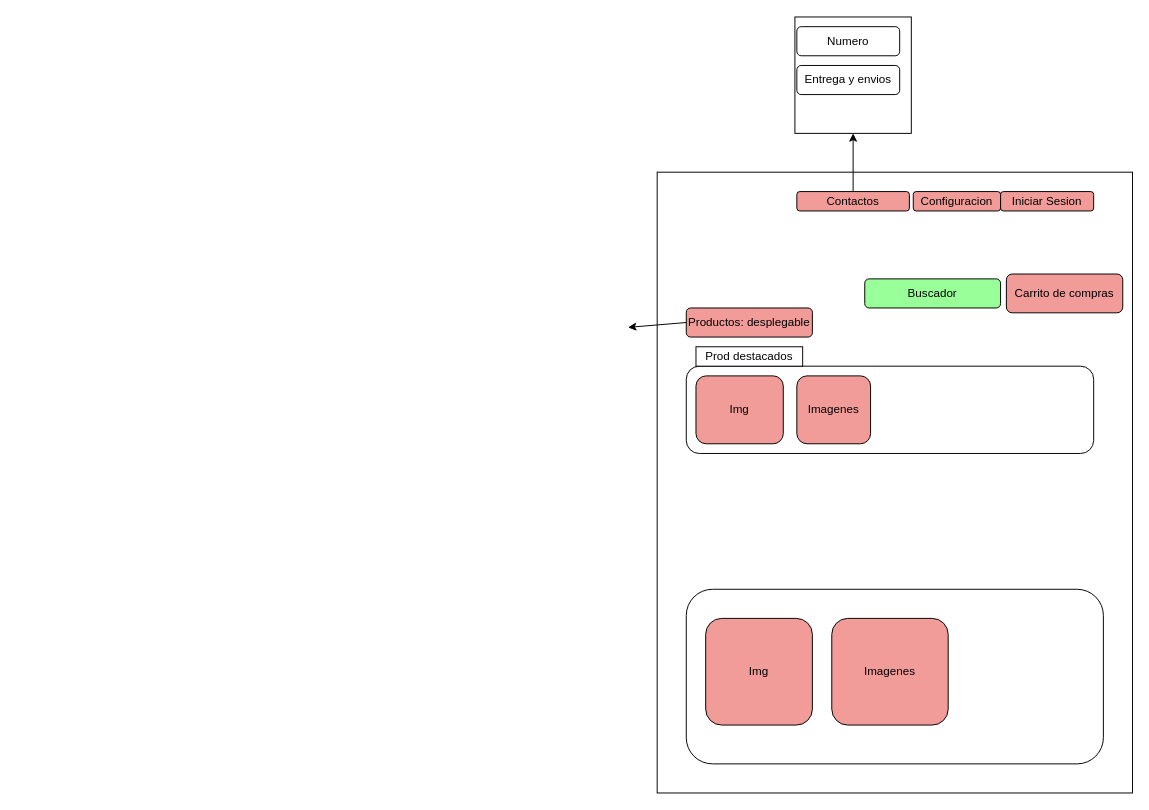
Earlier version of the draw.io diagram public/Web0.drawio (Estalin1412/Udemy_portafolioWeb). Source tidied: cells renumbered, new cells numbered last; positions are measured from the earlier drawing's top-left corner, leaving out a move shared by most shapes. Both pictures are drawn from the tidied source at 97%, with x=0, y=0 at pixel (628, 16).
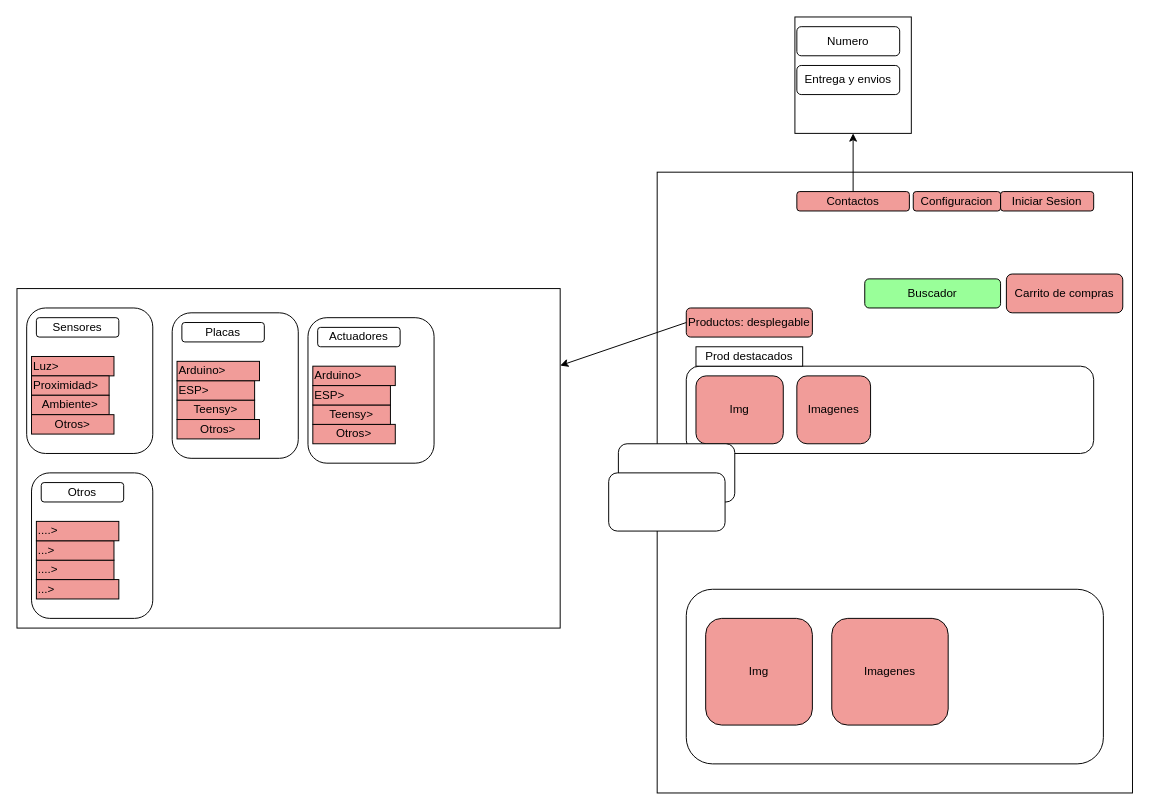
The same diagram, later.

Unchanged cells that the change refers to:
```xml
<mxCell id="6" value="Productos: desplegable" style="rounded=1;whiteSpace=wrap;html=1;fillColor=#F19C99;" parent="1" vertex="1">
  <mxGeometry x="60" y="300" width="130" height="30" as="geometry" />
</mxCell>
```

Change to the diagram source:
```diff
@@
-    <mxCell id="20" style="endArrow=classic;html=1;rounded=0;exitX=0;exitY=0.5;exitDx=0;exitDy=0;" parent="1" edge="1" source="6">
-      <mxGeometry relative="1" as="geometry">
-        <mxPoint y="320" as="targetPoint" />
-      </mxGeometry>
+    <mxCell id="20" style="endArrow=classic;html=1;rounded=0;exitX=0;exitY=0.5;exitDx=0;exitDy=0;" parent="1" edge="1" source="6" target="21">
+      <mxGeometry relative="1" as="geometry" />
     </mxCell>
+    <mxCell id="21" style="rounded=0;whiteSpace=wrap;html=1;align=left;" parent="1" vertex="1">
+      <mxGeometry x="-630" y="280" width="560" height="350" as="geometry" />
+    </mxCell>
+    <mxCell id="22" style="rounded=1;whiteSpace=wrap;html=1;" parent="1" vertex="1">
+      <mxGeometry x="-10" y="440" width="120" height="60" as="geometry" />
+    </mxCell>
+    <mxCell id="23" style="rounded=1;whiteSpace=wrap;html=1;" parent="1" vertex="1">
+      <mxGeometry x="-20" y="470" width="120" height="60" as="geometry" />
+    </mxCell>
+    <mxCell id="24" style="rounded=1;whiteSpace=wrap;html=1;align=left;" parent="1" vertex="1">
+      <mxGeometry x="-620" y="300" width="130" height="150" as="geometry" />
+    </mxCell>
+    <mxCell id="25" value="Sensores" style="rounded=1;whiteSpace=wrap;html=1;" parent="1" vertex="1">
+      <mxGeometry x="-610" y="310" width="85" height="20" as="geometry" />
+    </mxCell>
+    <mxCell id="26" value="Luz&amp;gt;" style="rounded=0;whiteSpace=wrap;html=1;align=left;fillColor=#F19C99;" parent="1" vertex="1">
+      <mxGeometry x="-615" y="350" width="85" height="20" as="geometry" />
+    </mxCell>
+    <mxCell id="27" value="Proximidad&amp;gt;" style="rounded=0;whiteSpace=wrap;html=1;align=left;fillColor=#F19C99;" parent="1" vertex="1">
+      <mxGeometry x="-615" y="370" width="80" height="20" as="geometry" />
+    </mxCell>
+    <mxCell id="28" value="Ambiente&amp;gt;" style="rounded=0;whiteSpace=wrap;html=1;fillColor=#F19C99;" parent="1" vertex="1">
+      <mxGeometry x="-615" y="390" width="80" height="20" as="geometry" />
+    </mxCell>
+    <mxCell id="29" value="Otros&amp;gt;" style="rounded=0;whiteSpace=wrap;html=1;fillColor=#F19C99;" parent="1" vertex="1">
+      <mxGeometry x="-615" y="410" width="85" height="20" as="geometry" />
+    </mxCell>
+    <mxCell id="30" style="rounded=1;whiteSpace=wrap;html=1;align=left;" parent="1" vertex="1">
+      <mxGeometry x="-470" y="305" width="130" height="150" as="geometry" />
+    </mxCell>
+    <mxCell id="31" value="Otros&amp;gt;" style="rounded=0;whiteSpace=wrap;html=1;fillColor=#F19C99;" parent="1" vertex="1">
+      <mxGeometry x="-465" y="415" width="85" height="20" as="geometry" />
+    </mxCell>
+    <mxCell id="32" value="Teensy&amp;gt;" style="rounded=0;whiteSpace=wrap;html=1;fillColor=#F19C99;" parent="1" vertex="1">
+      <mxGeometry x="-465" y="395" width="80" height="20" as="geometry" />
+    </mxCell>
+    <mxCell id="33" value="ESP&amp;gt;" style="rounded=0;whiteSpace=wrap;html=1;align=left;fillColor=#F19C99;" parent="1" vertex="1">
+      <mxGeometry x="-465" y="375" width="80" height="20" as="geometry" />
+    </mxCell>
+    <mxCell id="34" value="Arduino&amp;gt;" style="rounded=0;whiteSpace=wrap;html=1;align=left;fillColor=#F19C99;" parent="1" vertex="1">
+      <mxGeometry x="-465" y="355" width="85" height="20" as="geometry" />
+    </mxCell>
+    <mxCell id="35" value="Placas" style="rounded=1;whiteSpace=wrap;html=1;" parent="1" vertex="1">
+      <mxGeometry x="-460" y="315" width="85" height="20" as="geometry" />
+    </mxCell>
+    <mxCell id="36" style="rounded=1;whiteSpace=wrap;html=1;align=left;" parent="1" vertex="1">
+      <mxGeometry x="-330" y="310" width="130" height="150" as="geometry" />
+    </mxCell>
+    <mxCell id="37" value="Otros&amp;gt;" style="rounded=0;whiteSpace=wrap;html=1;fillColor=#F19C99;" parent="1" vertex="1">
+      <mxGeometry x="-325" y="420" width="85" height="20" as="geometry" />
+    </mxCell>
+    <mxCell id="38" value="Teensy&amp;gt;" style="rounded=0;whiteSpace=wrap;html=1;fillColor=#F19C99;" parent="1" vertex="1">
+      <mxGeometry x="-325" y="400" width="80" height="20" as="geometry" />
+    </mxCell>
+    <mxCell id="39" value="ESP&amp;gt;" style="rounded=0;whiteSpace=wrap;html=1;align=left;fillColor=#F19C99;" parent="1" vertex="1">
+      <mxGeometry x="-325" y="380" width="80" height="20" as="geometry" />
+    </mxCell>
+    <mxCell id="40" value="Arduino&amp;gt;" style="rounded=0;whiteSpace=wrap;html=1;align=left;fillColor=#F19C99;" parent="1" vertex="1">
+      <mxGeometry x="-325" y="360" width="85" height="20" as="geometry" />
+    </mxCell>
+    <mxCell id="41" value="Actuadores" style="rounded=1;whiteSpace=wrap;html=1;" parent="1" vertex="1">
+      <mxGeometry x="-320" y="320" width="85" height="20" as="geometry" />
+    </mxCell>
+    <mxCell id="42" style="rounded=1;whiteSpace=wrap;html=1;align=left;" parent="1" vertex="1">
+      <mxGeometry x="-615" y="470" width="125" height="150" as="geometry" />
+    </mxCell>
+    <mxCell id="43" value="...&amp;gt;" style="rounded=0;whiteSpace=wrap;html=1;fillColor=#F19C99;align=left;" parent="1" vertex="1">
+      <mxGeometry x="-610" y="580" width="85" height="20" as="geometry" />
+    </mxCell>
+    <mxCell id="44" value="....&amp;gt;" style="rounded=0;whiteSpace=wrap;html=1;fillColor=#F19C99;align=left;" parent="1" vertex="1">
+      <mxGeometry x="-610" y="560" width="80" height="20" as="geometry" />
+    </mxCell>
+    <mxCell id="45" value="...&amp;gt;" style="rounded=0;whiteSpace=wrap;html=1;align=left;fillColor=#F19C99;" parent="1" vertex="1">
+      <mxGeometry x="-610" y="540" width="80" height="20" as="geometry" />
+    </mxCell>
+    <mxCell id="46" value="....&amp;gt;" style="rounded=0;whiteSpace=wrap;html=1;align=left;fillColor=#F19C99;" parent="1" vertex="1">
+      <mxGeometry x="-610" y="520" width="85" height="20" as="geometry" />
+    </mxCell>
+    <mxCell id="47" value="Otros" style="rounded=1;whiteSpace=wrap;html=1;" parent="1" vertex="1">
+      <mxGeometry x="-605" y="480" width="85" height="20" as="geometry" />
+    </mxCell>
```
